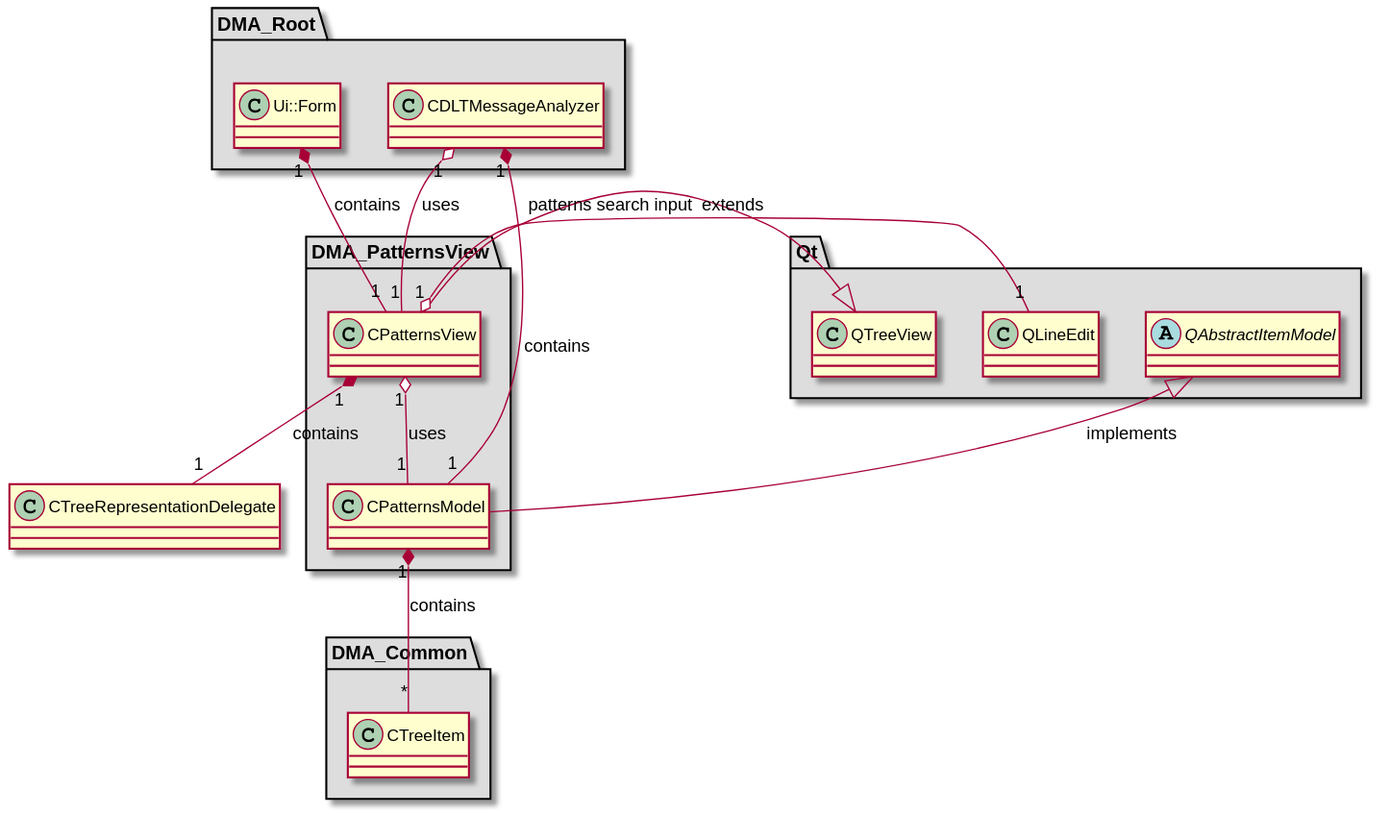
svlad-90/DLT-Message-Analyzer keeps this PlantUML diagram as md/dev_docs/puml/DMA_PatternsView.svg. Above is the earlier version. The source it was exported from:
```plantuml
@startuml

skinparam wrapWidth 600
package "DMA_Common" #DDDDDD
{

class "CTreeItem"
{
}

}

package "DMA_PatternsView" #DDDDDD
{

class "CPatternsModel"
{
}

class "CPatternsView"
{
}

}

package "DMA_Root" #DDDDDD
{

class "CDLTMessageAnalyzer"
{
}

class "Ui::Form"
{
}

}

package "Qt" #DDDDDD
{

abstract class "QAbstractItemModel"
{
}

class "QLineEdit"
{
}

class "QTreeView"
{
}

}

QAbstractItemModel <|-- CPatternsModel : implements
QTreeView <|-- CPatternsView : extends

CPatternsModel "1" *-- "*" CTreeItem : contains
CPatternsView "1" o-- "1" CPatternsModel : uses
CPatternsView "1" *-- "1" CTreeRepresentationDelegate : contains
CPatternsView "1" o-- "1" QLineEdit : patterns search input
CDLTMessageAnalyzer "1" *-- "1" CPatternsModel : contains
CDLTMessageAnalyzer "1" o-- "1" CPatternsView : uses
Ui::Form "1" *-- "1" CPatternsView : contains

@enduml
```
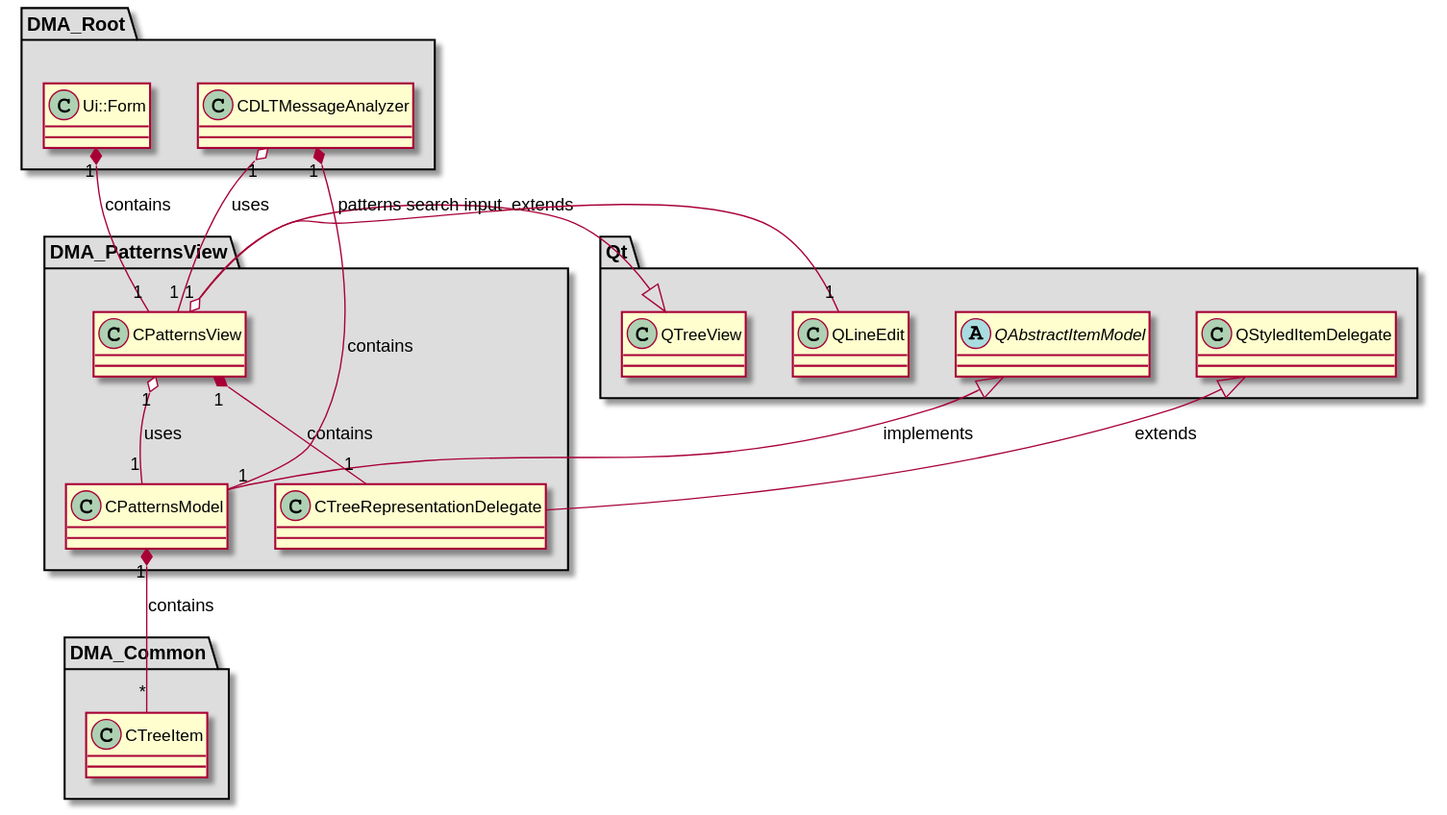
After the change.

Diff of the diagram source:
```diff
@@ -18,6 +18,10 @@
 }
 
 class "CPatternsView"
+{
+}
+
+class "CTreeRepresentationDelegate"
 {
 }
 
@@ -47,6 +51,10 @@
 {
 }
 
+class "QStyledItemDelegate"
+{
+}
+
 class "QTreeView"
 {
 }
@@ -55,6 +63,7 @@
 
 QAbstractItemModel <|-- CPatternsModel : implements
 QTreeView <|-- CPatternsView : extends
+QStyledItemDelegate <|-- CTreeRepresentationDelegate : extends
 
 CPatternsModel "1" *-- "*" CTreeItem : contains
 CPatternsView "1" o-- "1" CPatternsModel : uses
```
